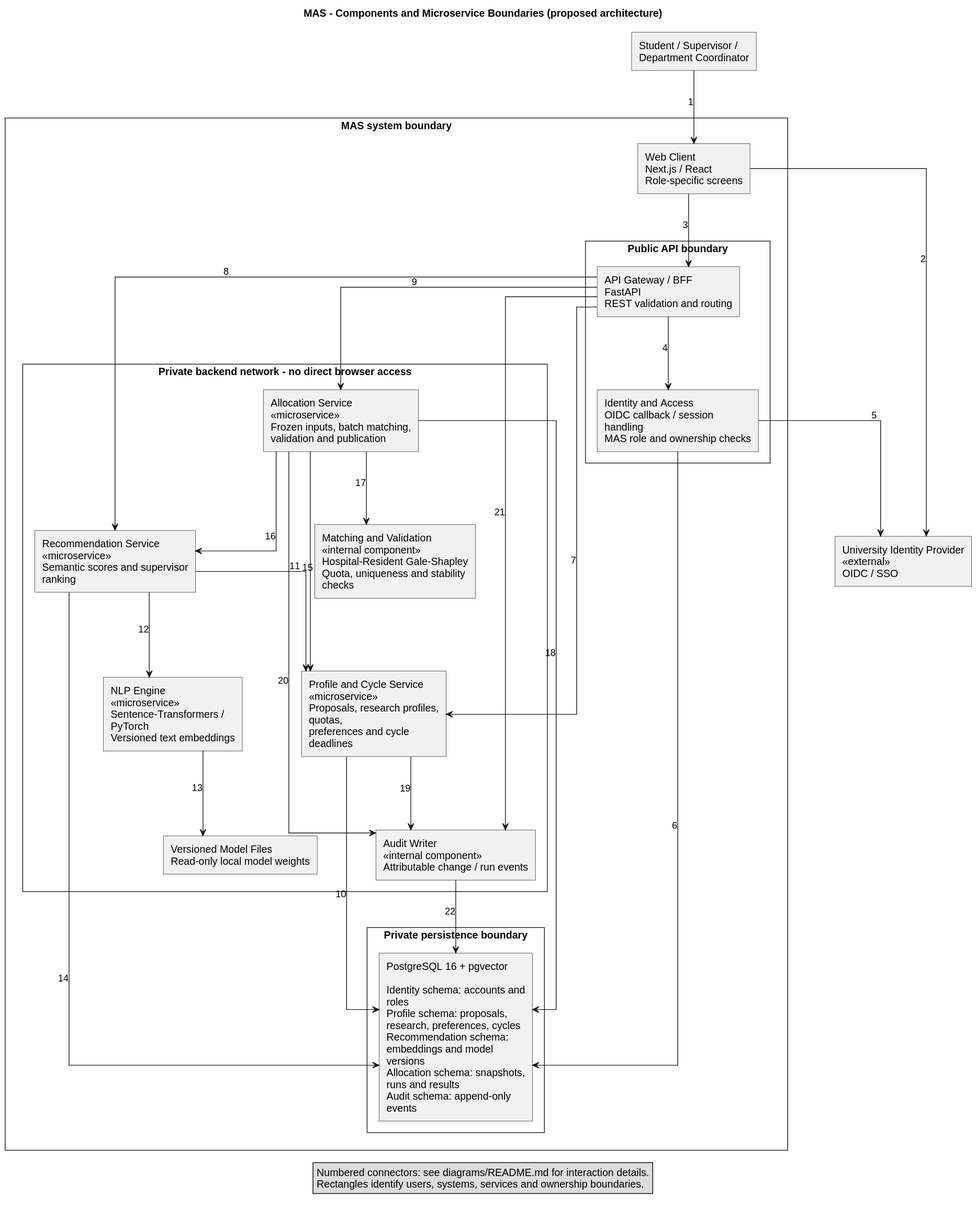
Diasb4/Diploma keeps this PlantUML diagram as diagrams/rendered/component-diagram.svg. Above is the earlier version. Its diagram source:
```plantuml
@startuml
title MAS - Components and Microservice Boundaries (proposed architecture)
top to bottom direction
skinparam shadowing false
skinparam linetype ortho
skinparam roundcorner 0
skinparam nodesep 80
skinparam ranksep 100
skinparam defaultFontName Arial
skinparam wrapWidth 200
rectangle "Student / Supervisor /\nDepartment Coordinator" as users
rectangle "University Identity Provider\n<<external>>\nOIDC / SSO" as idp
rectangle "MAS system boundary" {
  rectangle "Web Client\nNext.js / React\nRole-specific screens" as web
  rectangle "Public API boundary" {
    rectangle "API Gateway / BFF\nFastAPI\nREST validation and routing" as api
    rectangle "Identity and Access\nOIDC callback / session handling\nMAS role and ownership checks" as auth
  }
  rectangle "Private backend network - no direct browser access" {
    rectangle "Profile and Cycle Service\n<<microservice>>\nProposals, research profiles, quotas,\npreferences and cycle deadlines" as profiles
    rectangle "Recommendation Service\n<<microservice>>\nSemantic scores and supervisor ranking" as recommend
    rectangle "NLP Engine\n<<microservice>>\nSentence-Transformers / PyTorch\nVersioned text embeddings" as nlp
    rectangle "Allocation Service\n<<microservice>>\nFrozen inputs, batch matching,\nvalidation and publication" as allocation
    rectangle "Matching and Validation\n<<internal component>>\nHospital-Resident Gale-Shapley\nQuota, uniqueness and stability checks" as solver
    rectangle "Audit Writer\n<<internal component>>\nAttributable change / run events" as audit
    rectangle "Versioned Model Files\nRead-only local model weights" as weights
  }
  rectangle "Private persistence boundary" {
    rectangle "PostgreSQL 16 + pgvector\n\nIdentity schema: accounts and roles\nProfile schema: proposals, research, preferences, cycles\nRecommendation schema: embeddings and model versions\nAllocation schema: snapshots, runs and results\nAudit schema: append-only events" as db
  }
}
users --> web : 1
web --> idp : 2
web --> api : 3
api --> auth : 4
 auth --> idp : 5
auth --> db : 6
api --> profiles : 7
api --> recommend : 8
api --> allocation : 9
profiles --> db : 10
recommend --> profiles : 11
recommend --> nlp : 12
nlp --> weights : 13
recommend --> db : 14
allocation --> profiles : 15
allocation --> recommend : 16
allocation --> solver : 17
allocation --> db : 18
profiles --> audit : 19
allocation --> audit : 20
api --> audit : 21
 audit --> db : 22
legend bottom
  Numbered connectors: see diagrams/README.md for interaction details.
  Rectangles identify users, systems, services and ownership boundaries.
endlegend
@enduml
```
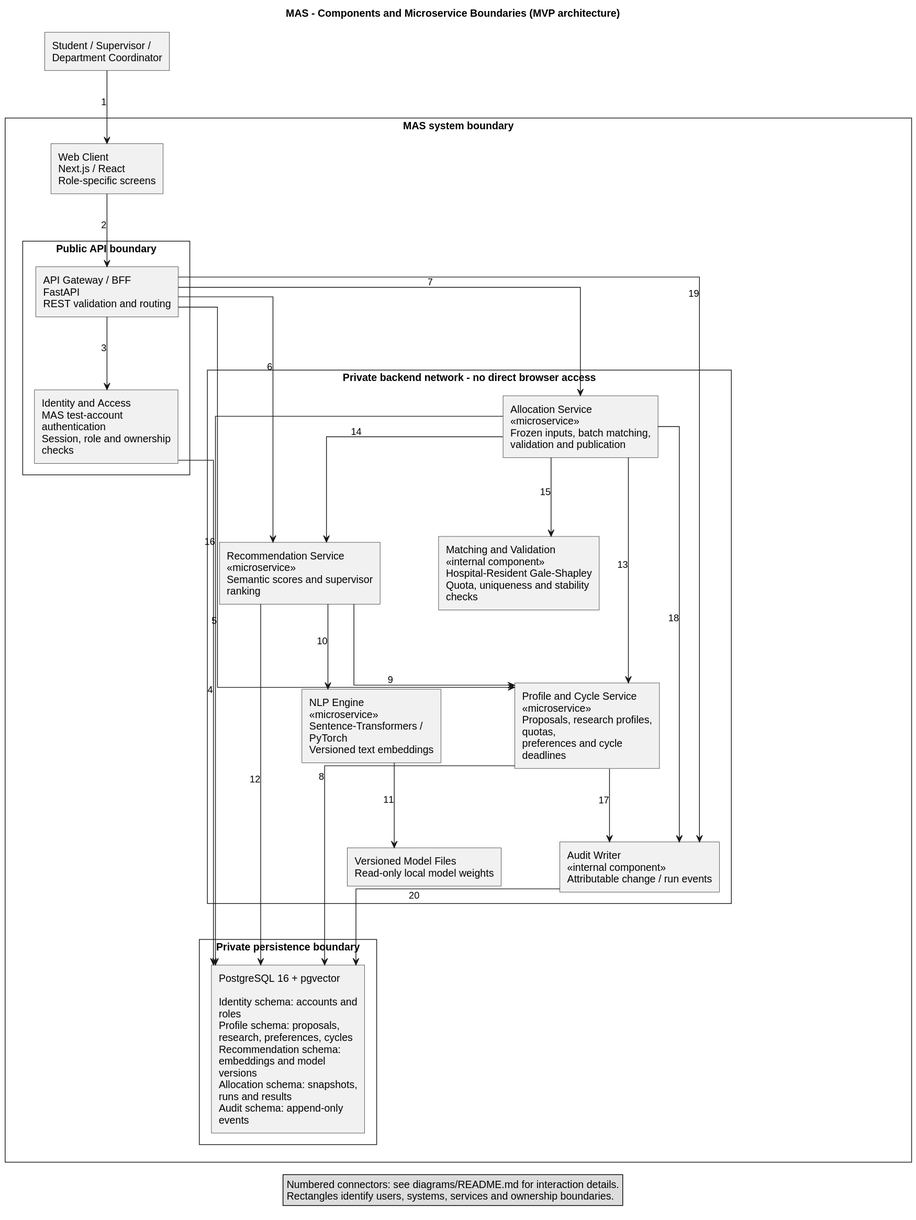
Later version of the same file.

Commit message:
MAS-7a: Align MVP diagrams with local authentication and deadline

Diff of the diagram source:
```diff
@@ -1,5 +1,5 @@
 @startuml
-title MAS - Components and Microservice Boundaries (proposed architecture)
+title MAS - Components and Microservice Boundaries (MVP architecture)
 top to bottom direction
 skinparam shadowing false
 skinparam linetype ortho
@@ -9,12 +9,11 @@
 skinparam defaultFontName Arial
 skinparam wrapWidth 200
 rectangle "Student / Supervisor /\nDepartment Coordinator" as users
-rectangle "University Identity Provider\n<<external>>\nOIDC / SSO" as idp
 rectangle "MAS system boundary" {
   rectangle "Web Client\nNext.js / React\nRole-specific screens" as web
   rectangle "Public API boundary" {
     rectangle "API Gateway / BFF\nFastAPI\nREST validation and routing" as api
-    rectangle "Identity and Access\nOIDC callback / session handling\nMAS role and ownership checks" as auth
+    rectangle "Identity and Access\nMAS test-account authentication\nSession, role and ownership checks" as auth
   }
   rectangle "Private backend network - no direct browser access" {
     rectangle "Profile and Cycle Service\n<<microservice>>\nProposals, research profiles, quotas,\npreferences and cycle deadlines" as profiles
@@ -30,27 +29,25 @@
   }
 }
 users --> web : 1
-web --> idp : 2
-web --> api : 3
-api --> auth : 4
- auth --> idp : 5
-auth --> db : 6
-api --> profiles : 7
-api --> recommend : 8
-api --> allocation : 9
-profiles --> db : 10
-recommend --> profiles : 11
-recommend --> nlp : 12
-nlp --> weights : 13
-recommend --> db : 14
-allocation --> profiles : 15
-allocation --> recommend : 16
-allocation --> solver : 17
-allocation --> db : 18
-profiles --> audit : 19
-allocation --> audit : 20
-api --> audit : 21
- audit --> db : 22
+web --> api : 2
+api --> auth : 3
+auth --> db : 4
+api --> profiles : 5
+api --> recommend : 6
+api --> allocation : 7
+profiles --> db : 8
+recommend --> profiles : 9
+recommend --> nlp : 10
+nlp --> weights : 11
+recommend --> db : 12
+allocation --> profiles : 13
+allocation --> recommend : 14
+allocation --> solver : 15
+allocation --> db : 16
+profiles --> audit : 17
+allocation --> audit : 18
+api --> audit : 19
+audit --> db : 20
 legend bottom
   Numbered connectors: see diagrams/README.md for interaction details.
   Rectangles identify users, systems, services and ownership boundaries.
```
